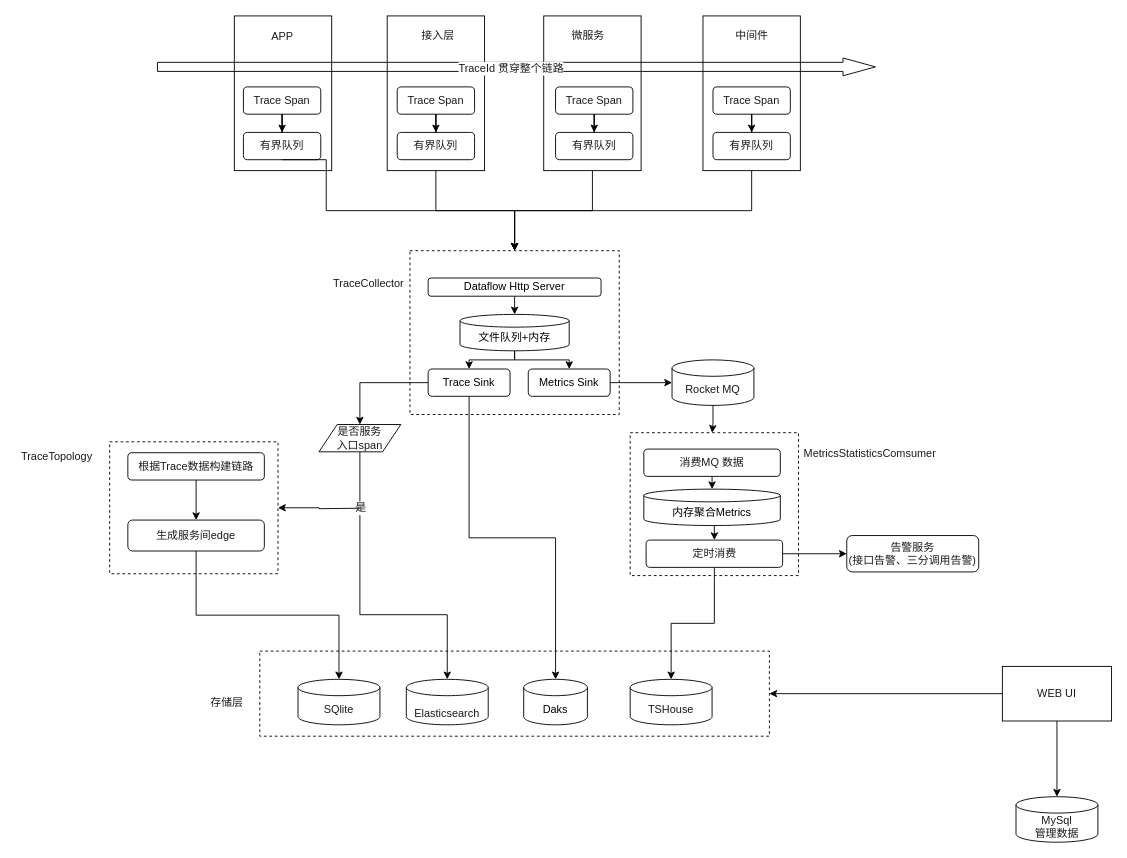
The draw.io diagram Untitled Diagram.drawio in sj842166947/draw, before the edit. Source tidied: cells renumbered, new cells numbered last; positions are measured from the earlier drawing's top-left corner, leaving out a move shared by most shapes. Both pictures are drawn from the tidied source at 91%, with x=0, y=0 at pixel (15, 15).
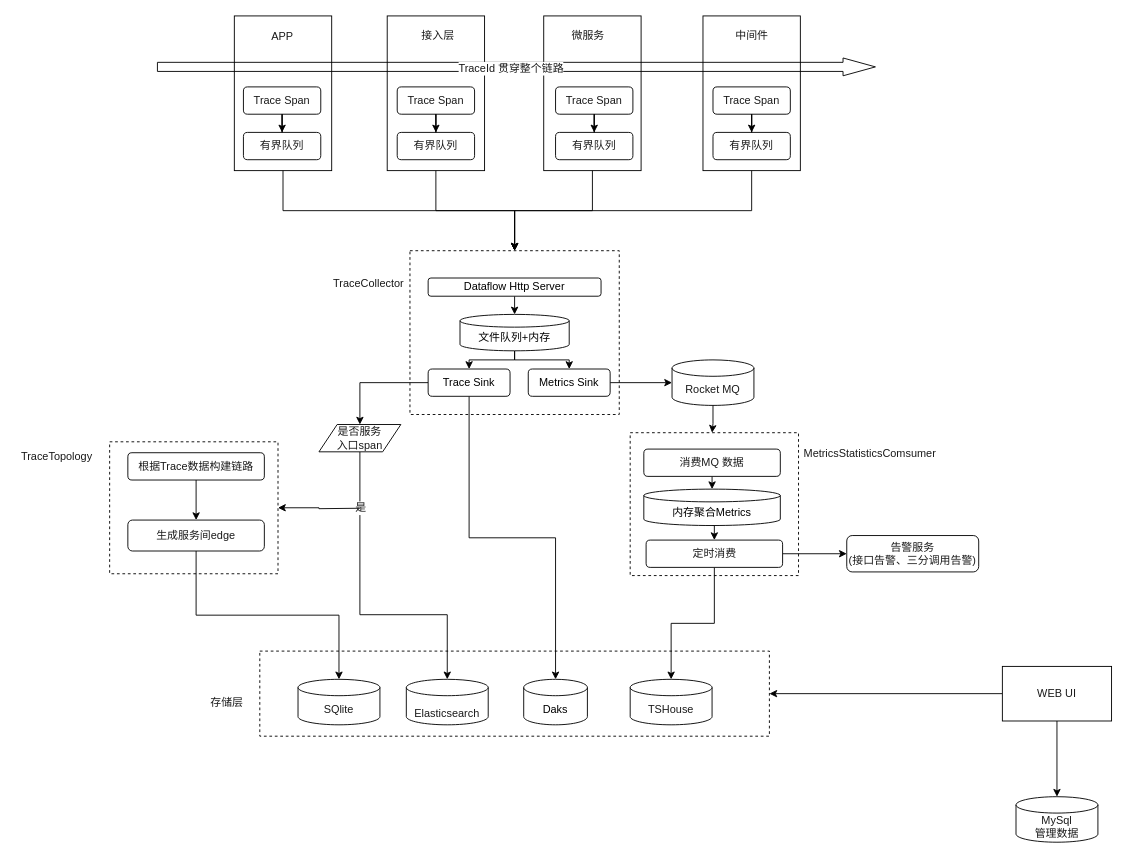
The same diagram, later.

The change refers to these unchanged cells:
```xml
<mxCell id="4" style="rounded=0;whiteSpace=wrap;html=1;dashed=1;fillColor=none;" parent="1" vertex="1">
  <mxGeometry x="433" y="258" width="230" height="180" as="geometry" />
</mxCell>
<mxCell id="46" style="rounded=0;whiteSpace=wrap;html=1;fontFamily=Helvetica;fontSize=12;fontColor=#1A1A1A;fillColor=none;" parent="1" vertex="1">
  <mxGeometry x="240" width="107" height="170" as="geometry" />
</mxCell>
<mxCell id="61" value="有界队列" style="rounded=1;whiteSpace=wrap;html=1;fontFamily=Helvetica;fontSize=12;fontColor=#1A1A1A;fillColor=none;" parent="1" vertex="1">
  <mxGeometry x="250" y="128" width="85" height="30" as="geometry" />
</mxCell>
```

Change to the diagram source:
```diff
@@
-    <mxCell id="60" style="edgeStyle=orthogonalEdgeStyle;rounded=0;jettySize=auto;html=1;exitX=0.5;exitY=1;exitDx=0;exitDy=0;entryX=0.5;entryY=0;entryDx=0;entryDy=0;fontFamily=Helvetica;fontSize=12;fontColor=#1A1A1A;" parent="1" edge="1" source="61" target="4">
+    <mxCell id="60" style="edgeStyle=orthogonalEdgeStyle;rounded=0;jettySize=auto;html=1;exitX=0.5;exitY=1;exitDx=0;exitDy=0;entryX=0.5;entryY=0;entryDx=0;entryDy=0;fontFamily=Helvetica;fontSize=12;fontColor=#1A1A1A;" parent="1" edge="1" source="46" target="4">
       <mxGeometry relative="1" as="geometry">
         <Array as="points">
-          <mxPoint x="341" y="214" />
+          <mxPoint x="294" y="214" />
           <mxPoint x="548" y="214" />
         </Array>
       </mxGeometry>
     </mxCell>
```
